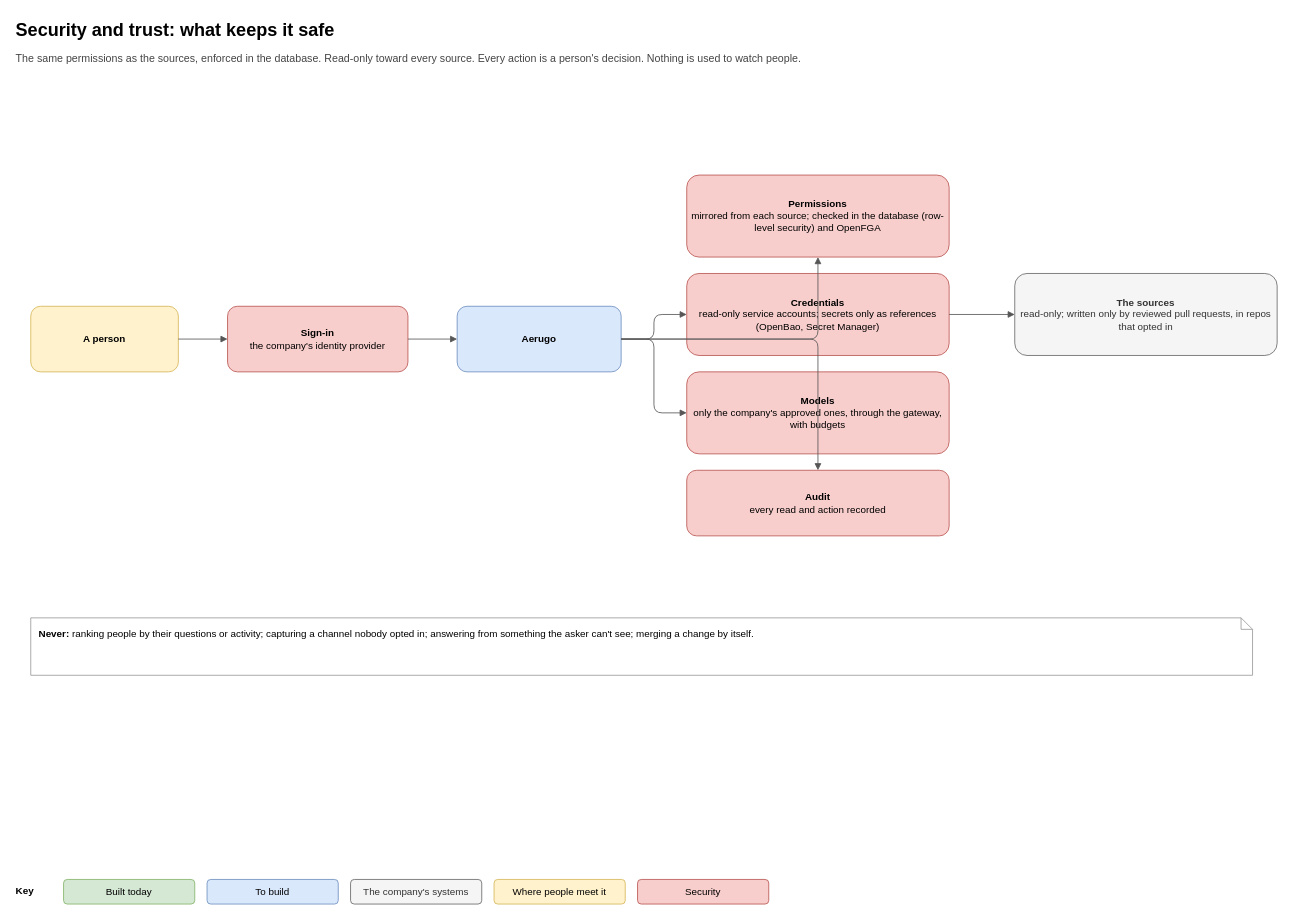
The draw.io diagram page "8. Security and trust" (8 of 10) of docs/architecture/aerugo-architecture.drawio in aerugo-hq/aerugo-self-host, before the edit. Source tidied: cells renumbered, new cells numbered last; positions are measured from the earlier drawing's top-left corner, leaving out a move shared by most shapes. Both pictures are drawn from the tidied source at 82%, with x=0, y=0 at pixel (14, 14).
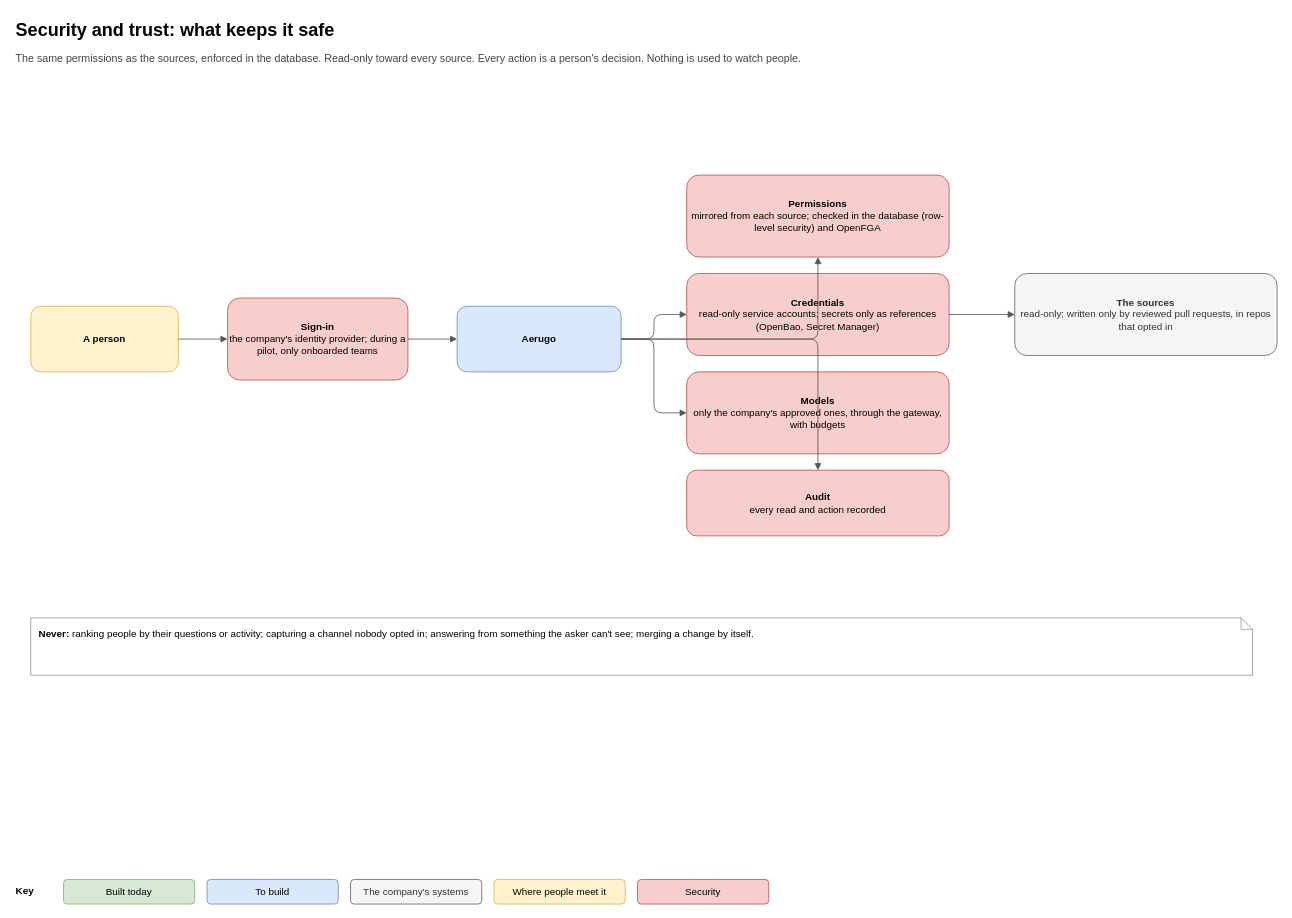
The same diagram, later.

Commit message (it also covers changes not shown here):
G4: the pilot runbook, the record, the plan's tick, and the architecture's sign-in

The edit, as a diff of the source:
```diff
@@
-    <mxCell id="5" value="&lt;b&gt;Sign-in&lt;/b&gt;&lt;br&gt;the company's identity provider" style="rounded=1;whiteSpace=wrap;html=1;fillColor=#f8cecc;strokeColor=#b85450;fontSize=12;" parent="1" vertex="1">
-      <mxGeometry x="260" y="356" width="220" height="80" as="geometry" />
+    <mxCell id="5" value="&lt;b&gt;Sign-in&lt;/b&gt;&lt;br&gt;the company's identity provider; during a pilot, only onboarded teams" style="rounded=1;whiteSpace=wrap;html=1;fillColor=#f8cecc;strokeColor=#b85450;fontSize=12;" parent="1" vertex="1">
+      <mxGeometry x="260" y="346" width="220" height="100" as="geometry" />
     </mxCell>
```
